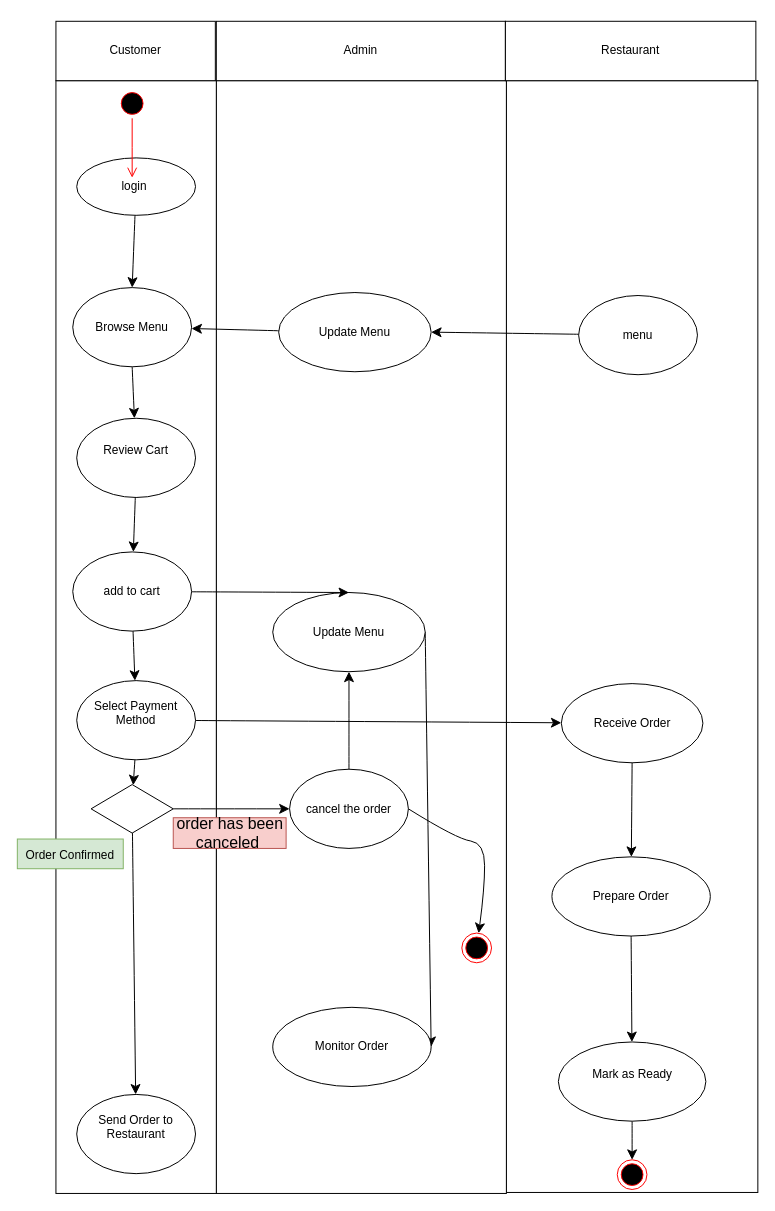
This is page "Page-2" (2 of 2) of food_hub.drawio from Enamya1/delivery_hub, a draw.io file, before an edit. Source tidied: cells renumbered, new cells numbered last; positions are measured from the earlier drawing's top-left corner, leaving out a move shared by most shapes. Both pictures are drawn from the tidied source at 99%, with x=0, y=0 at pixel (17, 21).
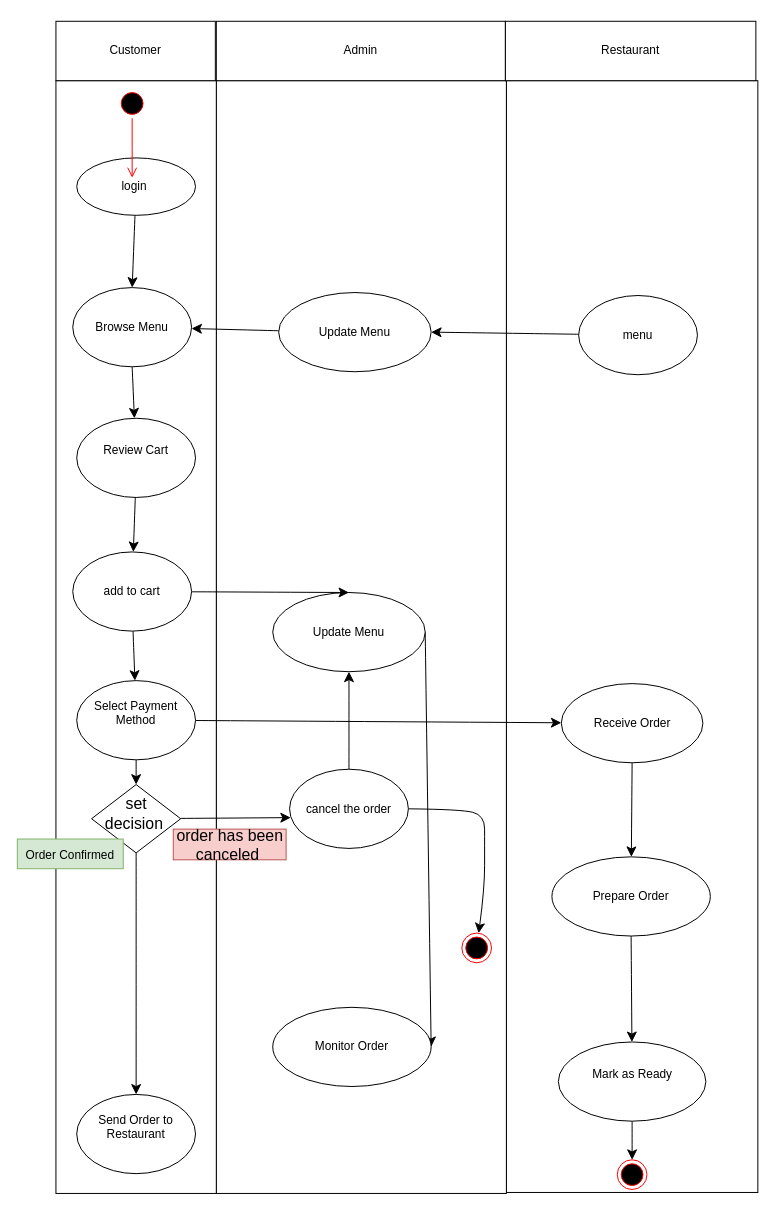
Above is the later version.

Unchanged cells that the change refers to:
```xml
<mxCell id="30" value="cancel the order" style="ellipse;whiteSpace=wrap;html=1;" parent="1" vertex="1">
  <mxGeometry x="275" y="755.5" width="120" height="80" as="geometry" />
</mxCell>
<mxCell id="33" style="ellipse;html=1;shape=endState;fillColor=#000000;strokeColor=#ff0000;" parent="1" vertex="1">
  <mxGeometry x="449" y="921" width="30" height="30" as="geometry" />
</mxCell>
```

Diff of the diagram source:
```diff
@@
     <mxCell id="29" style="edgeStyle=none;curved=1;rounded=0;jettySize=auto;html=1;exitX=1;exitY=0.5;exitDx=0;exitDy=0;fontSize=12;startSize=8;endSize=8;" parent="1" edge="1" source="30" target="33">
       <mxGeometry relative="1" as="geometry">
         <Array as="points">
-          <mxPoint x="444" y="826" />
+          <mxPoint x="448" y="796" />
+          <mxPoint x="472" y="802" />
           <mxPoint x="472" y="830" />
           <mxPoint x="472" y="876" />
         </Array>
       </mxGeometry>
     </mxCell>
@@
-    <mxCell id="40" style="edgeStyle=none;curved=1;rounded=0;jettySize=auto;html=1;fontSize=12;startSize=8;endSize=8;" parent="1" edge="1" source="42" target="30">
+    <mxCell id="40" style="edgeStyle=none;curved=1;rounded=0;jettySize=auto;html=1;fontSize=12;startSize=8;endSize=8;entryX=0.01;entryY=0.611;entryDx=0;entryDy=0;entryPerimeter=0;" parent="1" edge="1" source="42" target="30">
       <mxGeometry relative="1" as="geometry" />
     </mxCell>
@@
     <mxCell id="42" style="rhombus;whiteSpace=wrap;html=1;" parent="1" vertex="1">
-      <mxGeometry x="74.5" y="771" width="83" height="49" as="geometry" />
+      <mxGeometry x="75" y="771" width="90" height="69" as="geometry" />
     </mxCell>
     <mxCell id="43" value="order has been canceled&amp;nbsp;" style="text;html=1;align=center;verticalAlign=middle;whiteSpace=wrap;rounded=0;fontSize=16;fillColor=#f8cecc;strokeColor=#b85450;" parent="1" vertex="1">
-      <mxGeometry x="157.5" y="804.5" width="114" height="31" as="geometry" />
+      <mxGeometry x="157.5" y="816" width="114" height="31" as="geometry" />
     </mxCell>
@@
+    <mxCell id="49" value="set decision&amp;nbsp;" style="text;html=1;align=center;verticalAlign=middle;whiteSpace=wrap;rounded=0;fontSize=16;" parent="1" vertex="1">
+      <mxGeometry x="82.5" y="794.5" width="75" height="10" as="geometry" />
+    </mxCell>
```
